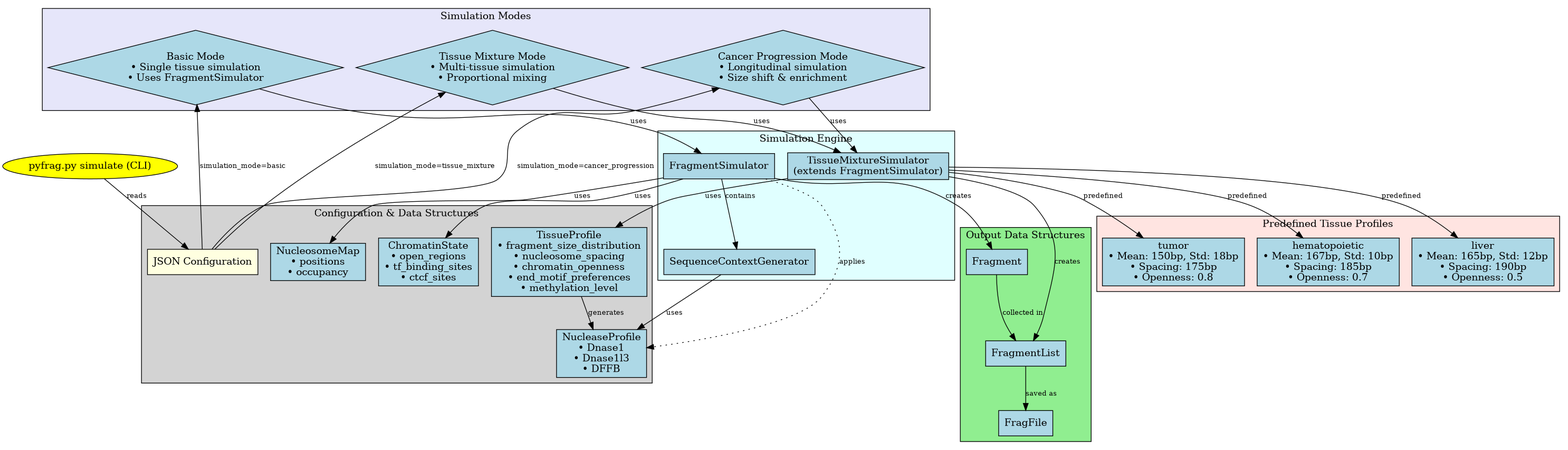
The Graphviz diagram docs/imgs/simulation_architecture.png in schwarzlab-ccb/pyfraglib, before a commit. Its source is kept beside it as docs/imgs/simulation_architecture.dot.
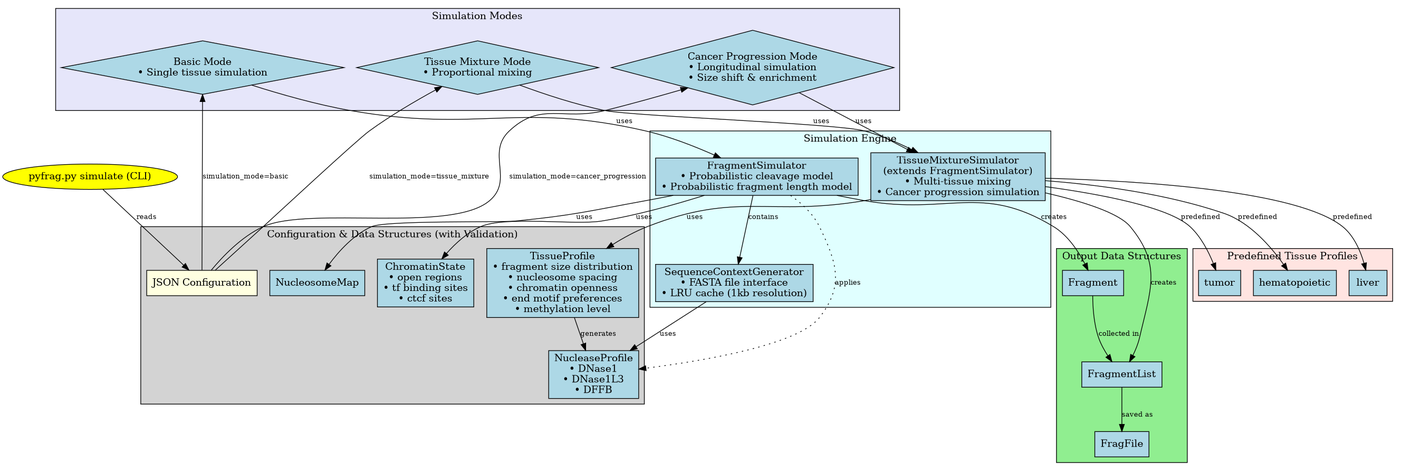
The same diagram one commit later.

Commit message:
update documentation with architecture diagram

What changed in the source:
```diff
@@ -6,15 +6,15 @@
     CLI [label="pyfrag.py simulate (CLI)", shape=ellipse, fillcolor=yellow];
 
     subgraph cluster_config {
-        label="Configuration & Data Structures";
+        label="Configuration & Data Structures (with Validation)";
         style=filled;
         fillcolor=lightgray;
 
         Config [label="JSON Configuration", fillcolor=lightyellow];
-        NucleaseProfile [label="NucleaseProfile\n• Dnase1\n• Dnase1l3\n• DFFB"];
-        TissueProfile [label="TissueProfile\n• fragment_size_distribution\n• nucleosome_spacing\n• chromatin_openness\n• end_motif_preferences\n• methylation_level"];
-        NucleosomeMap [label="NucleosomeMap\n• positions\n• occupancy"];
-        ChromatinState [label="ChromatinState\n• open_regions\n• tf_binding_sites\n• ctcf_sites"];
+        NucleaseProfile [label="NucleaseProfile\n• DNase1\n• DNase1L3\n• DFFB"];
+        TissueProfile [label="TissueProfile\n• fragment size distribution\n• nucleosome spacing\n• chromatin openness\n• end motif preferences\n• methylation level"];
+        NucleosomeMap [label="NucleosomeMap"];
+        ChromatinState [label="ChromatinState\n• open regions\n• tf binding sites\n• ctcf sites"];
     }
 
     subgraph cluster_simulators {
@@ -22,9 +22,9 @@
         style=filled;
         fillcolor=lightcyan;
 
-        SequenceGenerator [label="SequenceContextGenerator"];
-        FragmentSimulator [label="FragmentSimulator"];
-        TissueMixtureSimulator [label="TissueMixtureSimulator\n(extends FragmentSimulator)"];
+        SequenceGenerator [label="SequenceContextGenerator\n• FASTA file interface\n• LRU cache (1kb resolution)"];
+        FragmentSimulator [label="FragmentSimulator\n• Probabilistic cleavage model\n• Probabilistic fragment length model"];
+        TissueMixtureSimulator [label="TissueMixtureSimulator\n(extends FragmentSimulator)\n• Multi-tissue mixing\n• Cancer progression simulation"];
     }
 
     subgraph cluster_output {
@@ -42,8 +42,8 @@
         style=filled;
         fillcolor=lavender;
 
-        BasicMode [label="Basic Mode\n• Single tissue simulation\n• Uses FragmentSimulator", shape=diamond];
-        TissueMixture [label="Tissue Mixture Mode\n• Multi-tissue simulation\n• Proportional mixing", shape=diamond];
+        BasicMode [label="Basic Mode\n• Single tissue simulation", shape=diamond];
+        TissueMixture [label="Tissue Mixture Mode\n• Proportional mixing", shape=diamond];
         CancerProgression [label="Cancer Progression Mode\n• Longitudinal simulation\n• Size shift & enrichment", shape=diamond];
     }
 
@@ -52,9 +52,9 @@
         style=filled;
         fillcolor=mistyrose;
 
-        Hematopoietic [label="hematopoietic\n• Mean: 167bp, Std: 10bp\n• Spacing: 185bp\n• Openness: 0.7"];
-        Liver [label="liver\n• Mean: 165bp, Std: 12bp\n• Spacing: 190bp\n• Openness: 0.5"];
-        Tumor [label="tumor\n• Mean: 150bp, Std: 18bp\n• Spacing: 175bp\n• Openness: 0.8"];
+        Hematopoietic [label="hematopoietic"];
+        Liver [label="liver"];
+        Tumor [label="tumor"];
     }
 
     CLI -> Config [label="reads"];
```
